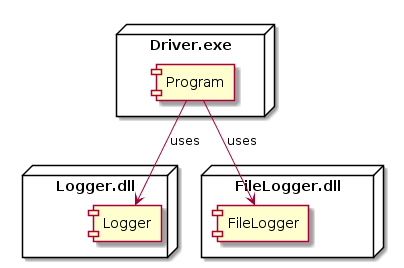
Earlier version of the PlantUML export Lesson 05 Log To File/Solution 2 FileLogger Library/images/Deployment-Diagram.png (cmps253/design-architecture).
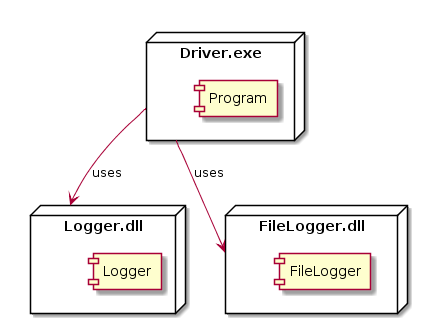
After the commit.

Commit message:
fixed deployment diagrams

The edit, as a diff of the source:
```diff
@@ -9,6 +9,6 @@
     [FileLogger]
 }
 
-[Program] -down-> [Logger] :uses
-[Program] -down-> [FileLogger] :uses
+Driver.exe -down-> Logger.dll :uses
+Driver.exe -down-> FileLogger.dll :uses
 @enduml
```
